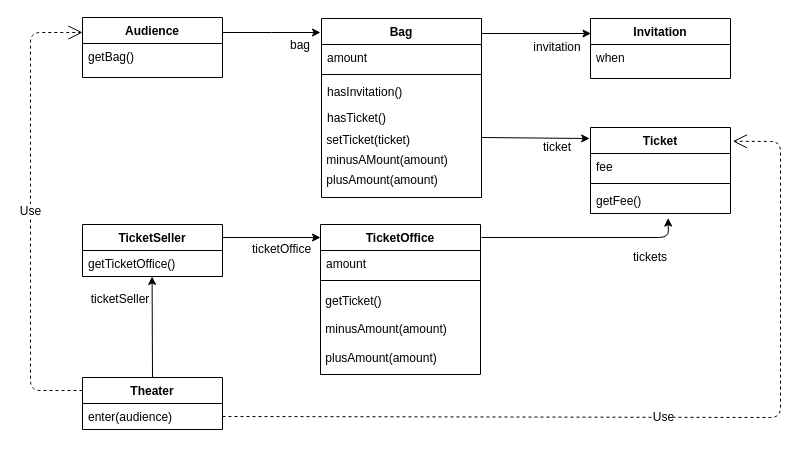
nowv30/Object keeps this draw.io diagram as classDiagram.drawio. Above is the earlier version. Source tidied: cells renumbered, new cells numbered last; positions are measured from the earlier drawing's top-left corner, leaving out a move shared by most shapes. Both pictures are drawn from the tidied source at 100%, with x=0, y=0 at pixel (30, 17).
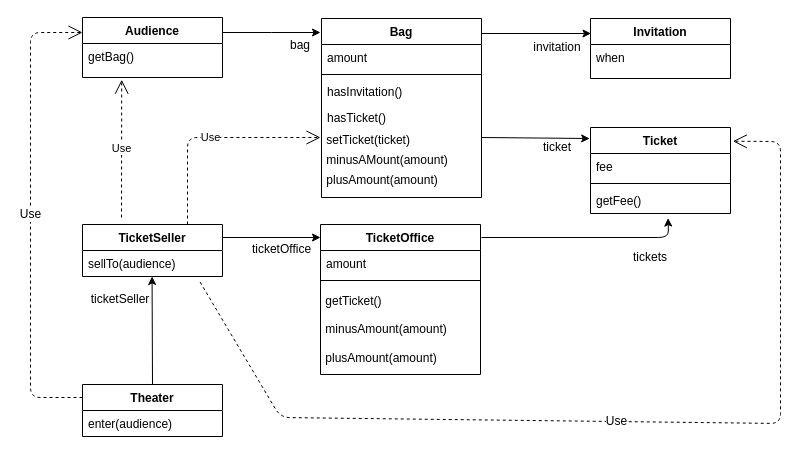
After the change.

The change refers to these unchanged cells:
```xml
<mxCell id="3" value="Audience" style="swimlane;fontStyle=1;horizontal=1;startSize=26;fillColor=none;" parent="1" vertex="1">
  <mxGeometry x="52" width="140" height="60" as="geometry" />
</mxCell>
<mxCell id="4" value="getBag()" style="text;strokeColor=none;fillColor=none;align=left;verticalAlign=top;spacingLeft=4;spacingRight=4;overflow=hidden;points=[[0,0.5],[1,0.5]];portConstraint=eastwest;" parent="3" vertex="1">
  <mxGeometry y="26" width="140" height="34" as="geometry" />
</mxCell>
<mxCell id="19" value="Ticket" style="swimlane;fontStyle=1;align=center;verticalAlign=top;horizontal=1;startSize=26;" parent="1" vertex="1">
  <mxGeometry x="560" y="110" width="140" height="86" as="geometry" />
</mxCell>
<mxCell id="26" value="TicketSeller" style="swimlane;fontStyle=1;horizontal=1;startSize=26;fillColor=none;" parent="1" vertex="1">
  <mxGeometry x="52" y="207" width="140" height="52" as="geometry" />
</mxCell>
```

Change to the diagram source:
```diff
@@
+    <mxCell id="40" value="Use" style="endArrow=open;endSize=12;dashed=1;html=1;exitX=0.75;exitY=0;exitDx=0;exitDy=0;" parent="26" edge="1" source="26">
+      <mxGeometry relative="1" as="geometry">
+        <mxPoint x="238" y="-87" as="targetPoint" />
+        <Array as="points">
+          <mxPoint x="105" y="-87" />
+        </Array>
+      </mxGeometry>
+    </mxCell>
-    <mxCell id="27" value="getTicketOffice()" style="text;strokeColor=none;fillColor=none;align=left;verticalAlign=top;spacingLeft=4;spacingRight=4;overflow=hidden;points=[[0,0.5],[1,0.5]];portConstraint=eastwest;" parent="26" vertex="1">
+    <mxCell id="27" value="sellTo(audience)" style="text;strokeColor=none;fillColor=none;align=left;verticalAlign=top;spacingLeft=4;spacingRight=4;overflow=hidden;points=[[0,0.5],[1,0.5]];portConstraint=eastwest;" parent="26" vertex="1">
       <mxGeometry y="26" width="140" height="26" as="geometry" />
     </mxCell>
@@
     <mxCell id="34" value="Theater" style="swimlane;fontStyle=1;horizontal=1;startSize=26;fillColor=none;fontSize=12;" parent="1" vertex="1">
-      <mxGeometry x="52" y="360" width="140" height="52" as="geometry" />
+      <mxGeometry x="52" y="367" width="140" height="52" as="geometry" />
     </mxCell>
@@
-    <mxCell id="36" value="Use" style="endArrow=open;endSize=12;dashed=1;html=1;fontSize=12;entryX=1.017;entryY=0.16;entryDx=0;entryDy=0;entryPerimeter=0;exitX=1;exitY=0.75;exitDx=0;exitDy=0;" parent="1" edge="1" source="34" target="19">
+    <mxCell id="36" value="Use" style="endArrow=open;endSize=12;dashed=1;html=1;fontSize=12;entryX=1.017;entryY=0.16;entryDx=0;entryDy=0;entryPerimeter=0;exitX=0.84;exitY=1.215;exitDx=0;exitDy=0;exitPerimeter=0;" parent="1" edge="1" source="27" target="19">
       <mxGeometry relative="1" as="geometry">
         <Array as="points">
-          <mxPoint x="750" y="400" />
+          <mxPoint x="250" y="400" />
+          <mxPoint x="750" y="406" />
           <mxPoint x="750" y="124" />
         </Array>
       </mxGeometry>
     </mxCell>
     <mxCell id="37" value="Use" style="endArrow=open;endSize=12;dashed=1;html=1;fontSize=12;exitX=0;exitY=0.25;exitDx=0;exitDy=0;entryX=0;entryY=0.25;entryDx=0;entryDy=0;" parent="1" edge="1" source="34" target="3">
       <mxGeometry relative="1" as="geometry">
         <Array as="points">
-          <mxPoint y="373" />
+          <mxPoint y="380" />
           <mxPoint y="15" />
         </Array>
       </mxGeometry>
     </mxCell>
-    <mxCell id="38" style="endArrow=classic;html=1;fontSize=12;entryX=0.497;entryY=1;entryDx=0;entryDy=0;entryPerimeter=0;" parent="1" edge="1" target="27">
-      <mxGeometry relative="1" as="geometry">
-        <mxPoint x="122" y="360" as="sourcePoint" />
-      </mxGeometry>
+    <mxCell id="38" style="endArrow=classic;html=1;fontSize=12;entryX=0.497;entryY=1;entryDx=0;entryDy=0;entryPerimeter=0;exitX=0.5;exitY=0;exitDx=0;exitDy=0;" parent="1" edge="1" source="34" target="27">
+      <mxGeometry relative="1" as="geometry" />
     </mxCell>
@@
+    <mxCell id="41" value="Use" style="endArrow=open;endSize=12;dashed=1;html=1;entryX=0.28;entryY=1.065;entryDx=0;entryDy=0;entryPerimeter=0;" parent="1" edge="1" target="4">
+      <mxGeometry relative="1" as="geometry">
+        <mxPoint x="91" y="200" as="sourcePoint" />
+      </mxGeometry>
+    </mxCell>
```
